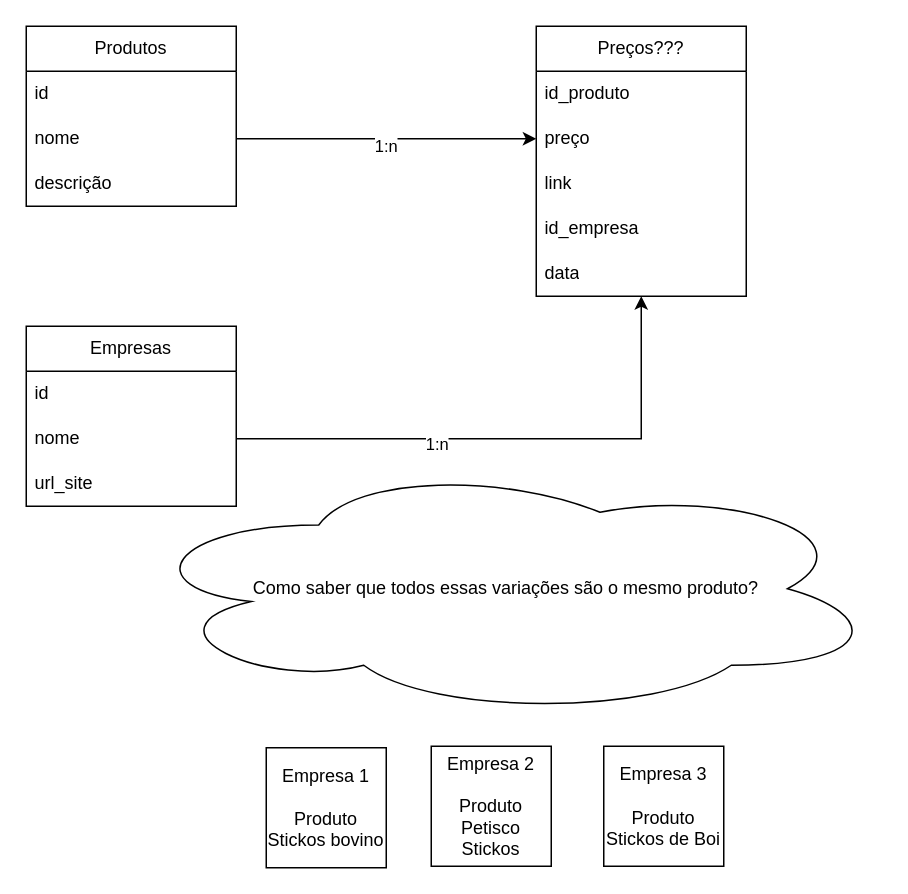
epicurus-tech/pet-promos-back keeps this draw.io diagram as pet-promos.drawio. Above is the earlier version. Source tidied: cells renumbered, new cells numbered last; positions are measured from the earlier drawing's top-left corner, leaving out a move shared by most shapes. Both pictures are drawn from the tidied source at 150%, with x=0, y=0 at pixel (26, 26).
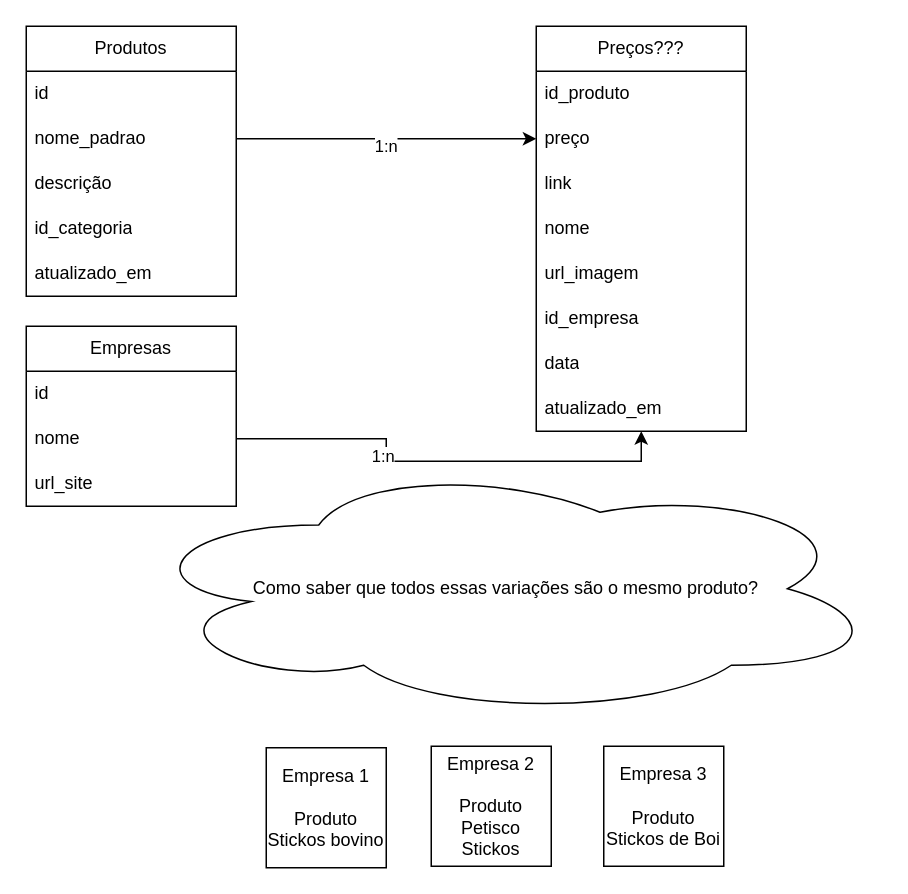
Above is the later version.

Diff of the diagram source:
```diff
@@
     <mxCell id="2" value="Produtos" style="swimlane;fontStyle=0;horizontal=1;startSize=30;whiteSpace=wrap;html=1;" parent="1" vertex="1">
-      <mxGeometry width="140" height="120" as="geometry" />
+      <mxGeometry width="140" height="180" as="geometry" />
     </mxCell>
@@
-    <mxCell id="4" value="nome" style="text;strokeColor=none;fillColor=none;align=left;verticalAlign=middle;spacingLeft=4;spacingRight=4;overflow=hidden;points=[[0,0.5],[1,0.5]];portConstraint=eastwest;whiteSpace=wrap;html=1;" parent="2" vertex="1">
+    <mxCell id="4" value="nome_padrao" style="text;strokeColor=none;fillColor=none;align=left;verticalAlign=middle;spacingLeft=4;spacingRight=4;overflow=hidden;points=[[0,0.5],[1,0.5]];portConstraint=eastwest;whiteSpace=wrap;html=1;" parent="2" vertex="1">
       <mxGeometry y="60" width="140" height="30" as="geometry" />
     </mxCell>
@@
+    <mxCell id="24" value="id_categoria" style="text;strokeColor=none;fillColor=none;align=left;verticalAlign=middle;spacingLeft=4;spacingRight=4;overflow=hidden;whiteSpace=wrap;html=1;" parent="2" vertex="1">
+      <mxGeometry y="120" width="140" height="30" as="geometry" />
+    </mxCell>
+    <mxCell id="25" value="atualizado_em" style="text;strokeColor=none;fillColor=none;align=left;verticalAlign=middle;spacingLeft=4;spacingRight=4;overflow=hidden;whiteSpace=wrap;html=1;" parent="2" vertex="1">
+      <mxGeometry y="150" width="140" height="30" as="geometry" />
+    </mxCell>
     <mxCell id="6" value="Preços???" style="swimlane;fontStyle=0;horizontal=1;startSize=30;whiteSpace=wrap;html=1;" parent="1" vertex="1">
-      <mxGeometry x="340" width="140" height="180" as="geometry" />
+      <mxGeometry x="340" width="140" height="270" as="geometry" />
     </mxCell>
@@
+    <mxCell id="26" value="nome" style="text;strokeColor=none;fillColor=none;align=left;verticalAlign=middle;spacingLeft=4;spacingRight=4;overflow=hidden;whiteSpace=wrap;html=1;" parent="6" vertex="1">
+      <mxGeometry y="120" width="140" height="30" as="geometry" />
+    </mxCell>
+    <mxCell id="27" value="url_imagem" style="text;strokeColor=none;fillColor=none;align=left;verticalAlign=middle;spacingLeft=4;spacingRight=4;overflow=hidden;whiteSpace=wrap;html=1;" parent="6" vertex="1">
+      <mxGeometry y="150" width="140" height="30" as="geometry" />
+    </mxCell>
     <mxCell id="10" value="id_empresa" style="text;strokeColor=none;fillColor=none;align=left;verticalAlign=middle;spacingLeft=4;spacingRight=4;overflow=hidden;whiteSpace=wrap;html=1;" parent="6" vertex="1">
-      <mxGeometry y="120" width="140" height="30" as="geometry" />
+      <mxGeometry y="180" width="140" height="30" as="geometry" />
     </mxCell>
     <mxCell id="11" value="data" style="text;strokeColor=none;fillColor=none;align=left;verticalAlign=middle;spacingLeft=4;spacingRight=4;overflow=hidden;whiteSpace=wrap;html=1;" parent="6" vertex="1">
-      <mxGeometry y="150" width="140" height="30" as="geometry" />
+      <mxGeometry y="210" width="140" height="30" as="geometry" />
     </mxCell>
+    <mxCell id="28" value="atualizado_em" style="text;strokeColor=none;fillColor=none;align=left;verticalAlign=middle;spacingLeft=4;spacingRight=4;overflow=hidden;whiteSpace=wrap;html=1;" parent="6" vertex="1">
+      <mxGeometry y="240" width="140" height="30" as="geometry" />
+    </mxCell>
```
